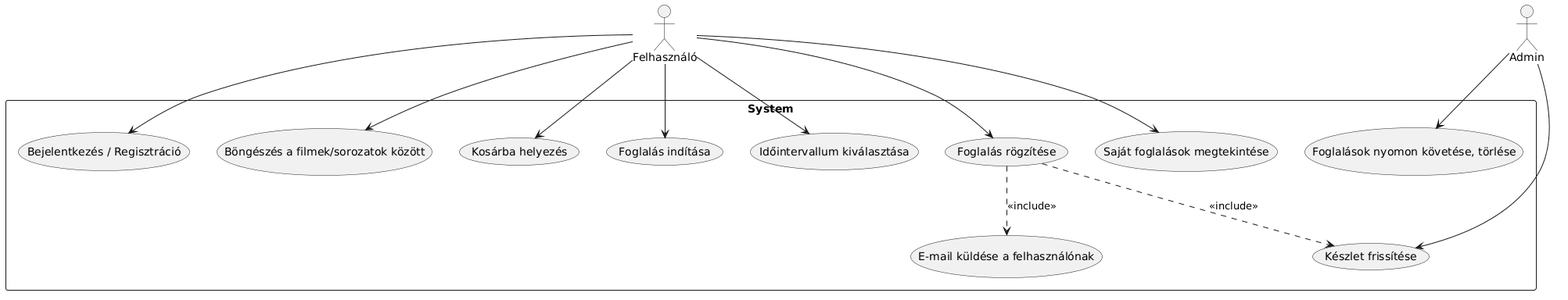
Earlier version of the PlantUML export Weboldal/Diagramok/Film_Sorozat_kölcsönzés/film_sorozat_kölcsönzés_use_case_diagram.png (Abaku009/Szakdolgozat).
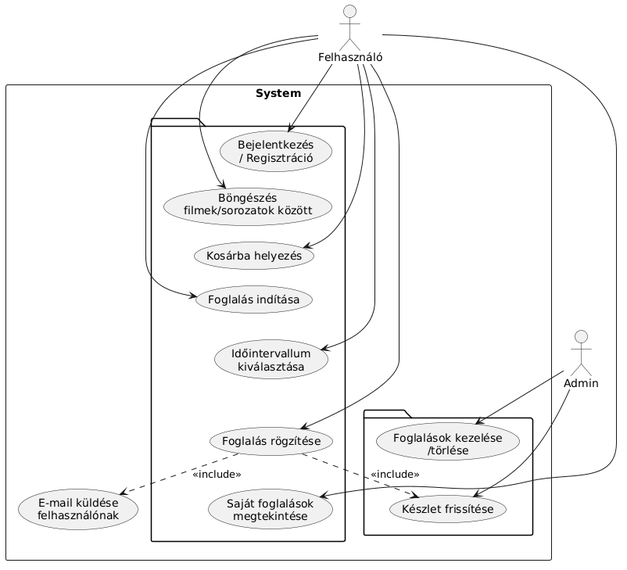
Later version of the same file.

Commit message:
frissített use case diagram

The edit, as a diff of the source:
```diff
@@ -1,22 +1,48 @@
 @startuml
+skinparam nodesep 15
+skinparam ranksep 20
+
 actor "Felhasználó" as User
 actor "Admin" as Admin
 
 rectangle System {
-    User --> (Bejelentkezés / Regisztráció)
-    User --> (Böngészés a filmek/sorozatok között)
-    User --> (Kosárba helyezés)
-    User --> (Foglalás indítása)
-    User --> (Időintervallum kiválasztása)
-    User --> (Foglalás rögzítése)
 
-    (Foglalás rögzítése) ..> (E-mail küldése a felhasználónak) : <<include>>
-    (Foglalás rögzítése) ..> (Készlet frissítése) : <<include>>
+    package {
+        (Bejelentkezés\n/ Regisztráció) as UC1
+        (Böngészés\nfilmek/sorozatok között) as UC2
+        (Kosárba helyezés) as UC3
+        (Foglalás indítása) as UC4
+        (Időintervallum\nkiválasztása) as UC5
+        (Foglalás rögzítése) as UC6
+        (Saját foglalások\nmegtekintése) as UC7
 
+        UC1 -[hidden]down-> UC2
+        UC2 -[hidden]down-> UC3
+        UC3 -[hidden]down-> UC4
+        UC4 -[hidden]down-> UC5
+        UC5 -[hidden]down-> UC6
+        UC6 -[hidden]down-> UC7
+    }
 
-    User --> (Saját foglalások megtekintése)
+    package {
+        (Foglalások kezelése\n/törlése) as AC1
+        (Készlet frissítése) as AC2
 
-    Admin --> (Foglalások nyomon követése, törlése)
-    Admin --> (Készlet frissítése)
+        AC1 -[hidden]down-> AC2
+    }
+
+    User --> UC1
+    User --> UC2
+    User --> UC3
+    User --> UC4
+    User --> UC5
+    User --> UC6
+    User --> UC7
+
+    Admin --> AC1
+    Admin --> AC2
+
+    UC6 ..> (E-mail küldése\nfelhasználónak) : <<include>>
+    UC6 ..> AC2 : <<include>>
 }
 @enduml
```
